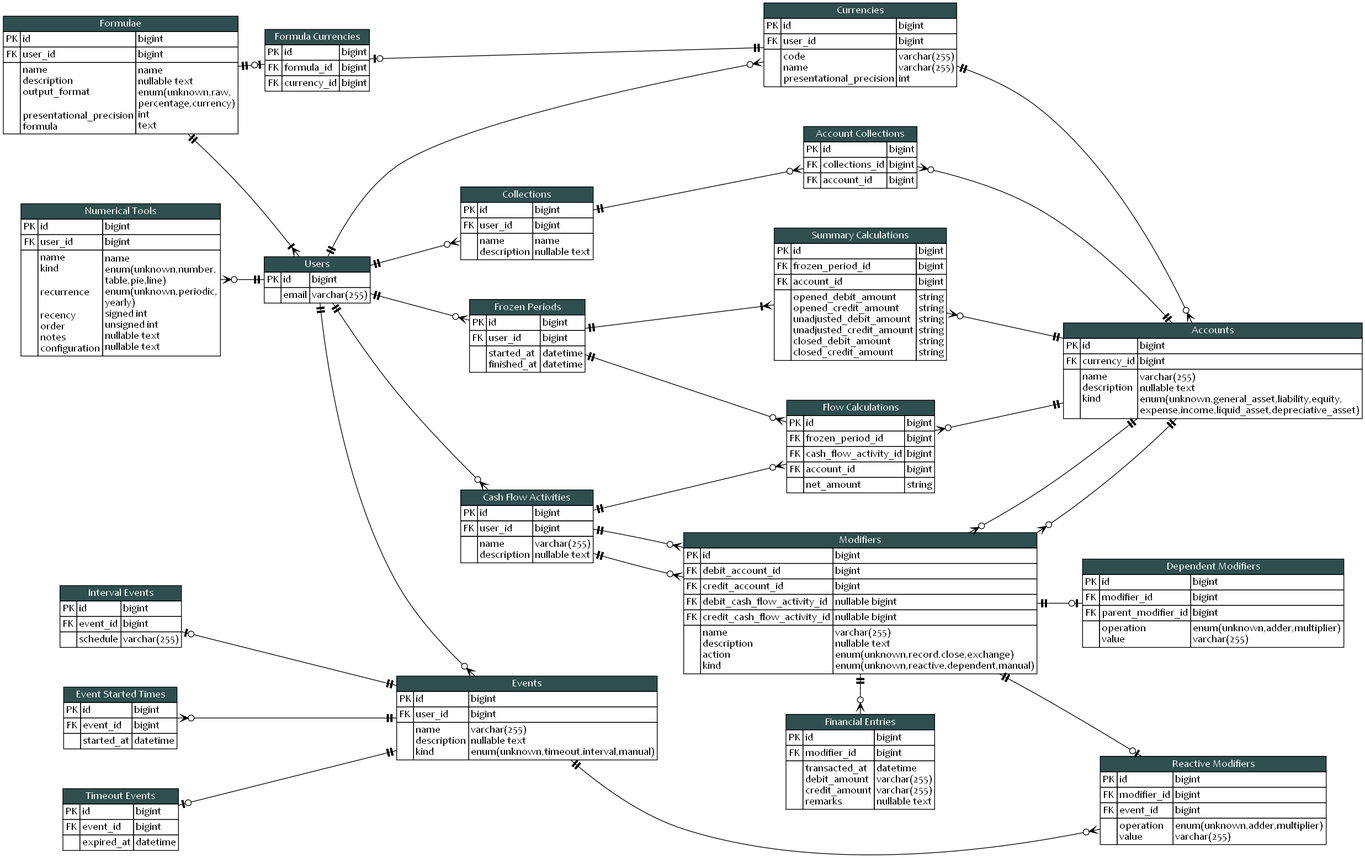
Above: blueprint/erd.png in KennethTrecy/peratorakka_server (Graphviz), before the change. Its source is kept beside it as blueprint/erd.dot.
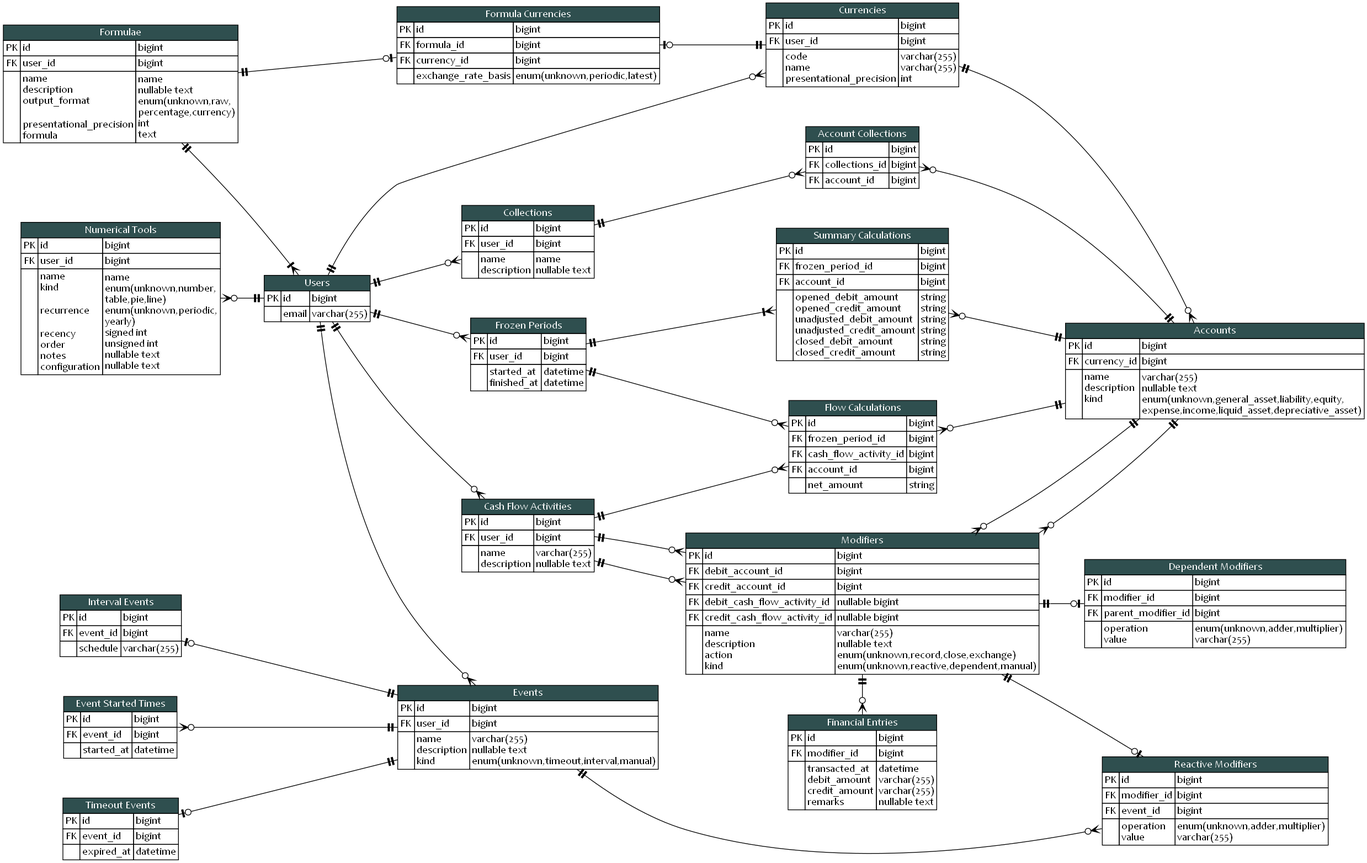
Above is the later version.

Commit message:
docs(blueprint): add basis for formula currencies

What changed in the source:
```diff
@@ -734,6 +734,15 @@
 					<td>FK</td>
 					<td align="left">currency_id</td>
 					<td align="left">bigint</td>
+				</tr>
+				<tr>
+					<td></td>
+					<td align="left">
+						exchange_rate_basis<br align="left"/>
+					</td>
+					<td align="left">
+						enum(unknown,periodic,latest)<br align="left"/>
+					</td>
 				</tr>
 			</table>
 			>
@@ -845,11 +854,11 @@
 	{
 		rank = same;
 		users
+	}
+
+	{
+		rank = same;
 		formula_currencies
-	}
-
-	{
-		rank = same;
 		collections
 		events
 		cash_flow_activities
```
